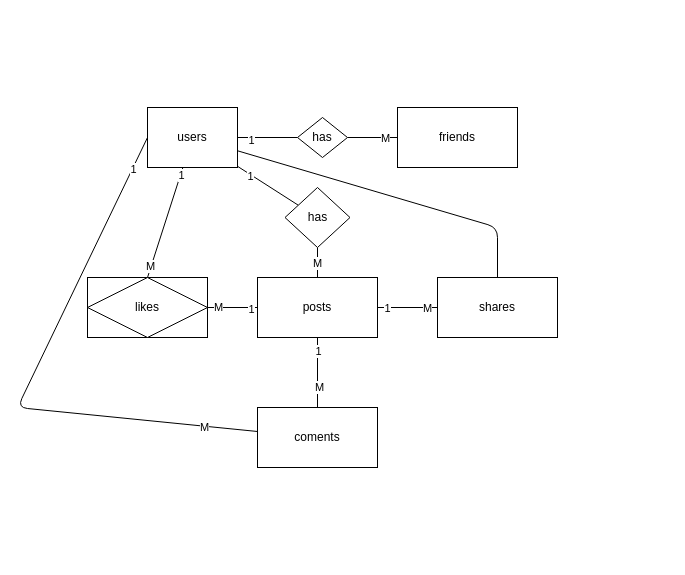
Before: er.drawio in scmt-dev/php-example, a draw.io diagram. Source tidied: cells renumbered, new cells numbered last; positions are measured from the earlier drawing's top-left corner, leaving out a move shared by most shapes. Both pictures are drawn from the tidied source at 100%, with x=0, y=0 at pixel (17, 107).
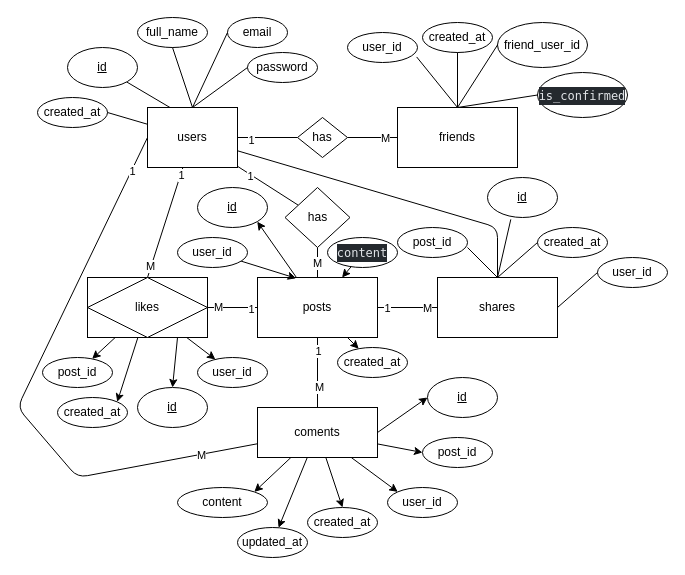
Above is the later version.

Commit message (it also covers changes not shown here):
add sql schema

Unchanged cells that the change refers to:
```xml
<mxCell id="10" value="users" style="whiteSpace=wrap;html=1;" parent="1" vertex="1">
  <mxGeometry x="130" width="90" height="60" as="geometry" />
</mxCell>
<mxCell id="11" value="friends" style="whiteSpace=wrap;html=1;" parent="1" vertex="1">
  <mxGeometry x="380" width="120" height="60" as="geometry" />
</mxCell>
<mxCell id="21" value="posts" style="whiteSpace=wrap;html=1;" parent="1" vertex="1">
  <mxGeometry x="240" y="170" width="120" height="60" as="geometry" />
</mxCell>
<mxCell id="23" value="likes" style="whiteSpace=wrap;html=1;" parent="1" vertex="1">
  <mxGeometry x="70" y="170" width="120" height="60" as="geometry" />
</mxCell>
<mxCell id="24" value="shares" style="whiteSpace=wrap;html=1;" parent="1" vertex="1">
  <mxGeometry x="420" y="170" width="120" height="60" as="geometry" />
</mxCell>
```

The edit, as a diff of the source:
```diff
@@
+    <mxCell id="35" style="edgeStyle=none;html=1;" parent="1" edge="1" source="21" target="83">
+      <mxGeometry relative="1" as="geometry" />
+    </mxCell>
+    <mxCell id="36" style="edgeStyle=none;html=1;entryX=1;entryY=1;entryDx=0;entryDy=0;" parent="1" edge="1" source="21" target="84">
+      <mxGeometry relative="1" as="geometry" />
+    </mxCell>
@@
+    <mxCell id="37" style="edgeStyle=none;html=1;exitX=1;exitY=0.5;exitDx=0;exitDy=0;entryX=0;entryY=0.5;entryDx=0;entryDy=0;" parent="1" edge="1" source="22" target="75">
+      <mxGeometry relative="1" as="geometry" />
+    </mxCell>
+    <mxCell id="38" style="edgeStyle=none;html=1;entryX=0;entryY=0.5;entryDx=0;entryDy=0;" parent="1" edge="1" source="22" target="74">
+      <mxGeometry relative="1" as="geometry" />
+    </mxCell>
+    <mxCell id="39" style="edgeStyle=none;html=1;entryX=0;entryY=0;entryDx=0;entryDy=0;" parent="1" edge="1" source="22" target="76">
+      <mxGeometry relative="1" as="geometry" />
+    </mxCell>
+    <mxCell id="40" style="edgeStyle=none;html=1;entryX=0.5;entryY=0;entryDx=0;entryDy=0;" parent="1" edge="1" source="22" target="73">
+      <mxGeometry relative="1" as="geometry" />
+    </mxCell>
+    <mxCell id="41" style="edgeStyle=none;html=1;entryX=1;entryY=0;entryDx=0;entryDy=0;" parent="1" edge="1" source="22" target="81">
+      <mxGeometry relative="1" as="geometry" />
+    </mxCell>
+    <mxCell id="42" style="edgeStyle=none;html=1;" parent="1" edge="1" source="22" target="82">
+      <mxGeometry relative="1" as="geometry" />
+    </mxCell>
     <mxCell id="22" value="coments" style="whiteSpace=wrap;html=1;" parent="1" vertex="1">
-      <mxGeometry x="240" y="300" width="120" height="60" as="geometry" />
+      <mxGeometry x="240" y="300" width="120" height="50" as="geometry" />
     </mxCell>
+    <mxCell id="43" style="edgeStyle=none;html=1;exitX=0.75;exitY=1;exitDx=0;exitDy=0;entryX=0.5;entryY=0;entryDx=0;entryDy=0;" parent="1" edge="1" source="23" target="79">
+      <mxGeometry relative="1" as="geometry" />
+    </mxCell>
+    <mxCell id="44" style="edgeStyle=none;html=1;" parent="1" edge="1" source="23" target="78">
+      <mxGeometry relative="1" as="geometry" />
+    </mxCell>
+    <mxCell id="45" style="edgeStyle=none;html=1;entryX=1;entryY=0;entryDx=0;entryDy=0;" parent="1" edge="1" source="23" target="77">
+      <mxGeometry relative="1" as="geometry" />
+    </mxCell>
+    <mxCell id="46" style="edgeStyle=none;html=1;" parent="1" edge="1" source="23" target="80">
+      <mxGeometry relative="1" as="geometry" />
+    </mxCell>
@@
     <mxCell id="32" style="edgeStyle=none;html=1;exitX=0;exitY=0.5;exitDx=0;exitDy=0;endArrow=none;endFill=0;" parent="1" edge="1" source="10" target="22">
       <mxGeometry relative="1" as="geometry">
         <Array as="points">
           <mxPoint y="300" />
+          <mxPoint x="60" y="370" />
         </Array>
       </mxGeometry>
     </mxCell>
@@
+    <mxCell id="47" style="edgeStyle=none;html=1;entryX=0.25;entryY=0;entryDx=0;entryDy=0;endArrow=none;endFill=0;" parent="1" edge="1" source="48" target="10">
+      <mxGeometry relative="1" as="geometry" />
+    </mxCell>
+    <mxCell id="48" value="id" style="ellipse;whiteSpace=wrap;html=1;fontStyle=4;" parent="1" vertex="1">
+      <mxGeometry x="50" y="-60" width="70" height="40" as="geometry" />
+    </mxCell>
+    <mxCell id="49" value="full_name" style="ellipse;whiteSpace=wrap;html=1;" parent="1" vertex="1">
+      <mxGeometry x="120" y="-90" width="70" height="30" as="geometry" />
+    </mxCell>
+    <mxCell id="50" style="edgeStyle=none;html=1;entryX=0.5;entryY=0;entryDx=0;entryDy=0;endArrow=none;endFill=0;exitX=0.5;exitY=1;exitDx=0;exitDy=0;" parent="1" edge="1" source="49" target="10">
+      <mxGeometry relative="1" as="geometry" />
+    </mxCell>
+    <mxCell id="51" value="email" style="ellipse;whiteSpace=wrap;html=1;" parent="1" vertex="1">
+      <mxGeometry x="210" y="-90" width="60" height="30" as="geometry" />
+    </mxCell>
+    <mxCell id="52" value="password" style="ellipse;whiteSpace=wrap;html=1;" parent="1" vertex="1">
+      <mxGeometry x="230" y="-55" width="70" height="30" as="geometry" />
+    </mxCell>
+    <mxCell id="53" value="created_at" style="ellipse;whiteSpace=wrap;html=1;" parent="1" vertex="1">
+      <mxGeometry x="20" y="-10" width="70" height="30" as="geometry" />
+    </mxCell>
+    <mxCell id="54" style="edgeStyle=none;html=1;entryX=0.5;entryY=0;entryDx=0;entryDy=0;endArrow=none;endFill=0;exitX=0;exitY=0.5;exitDx=0;exitDy=0;" parent="1" edge="1" source="51" target="10">
+      <mxGeometry relative="1" as="geometry" />
+    </mxCell>
+    <mxCell id="55" style="edgeStyle=none;html=1;entryX=0.5;entryY=0;entryDx=0;entryDy=0;endArrow=none;endFill=0;exitX=0;exitY=0.5;exitDx=0;exitDy=0;" parent="1" edge="1" source="52" target="10">
+      <mxGeometry relative="1" as="geometry" />
+    </mxCell>
+    <mxCell id="56" style="edgeStyle=none;html=1;entryX=1;entryY=0.5;entryDx=0;entryDy=0;endArrow=none;endFill=0;" parent="1" edge="1" source="10" target="53">
+      <mxGeometry relative="1" as="geometry" />
+    </mxCell>
+    <mxCell id="57" value="created_at" style="ellipse;whiteSpace=wrap;html=1;" parent="1" vertex="1">
+      <mxGeometry x="405" y="-85" width="70" height="30" as="geometry" />
+    </mxCell>
+    <mxCell id="58" style="edgeStyle=none;html=1;endArrow=none;endFill=0;exitX=0.5;exitY=1;exitDx=0;exitDy=0;" parent="1" edge="1" source="57" target="11">
+      <mxGeometry relative="1" as="geometry" />
+    </mxCell>
+    <mxCell id="59" value="user_id" style="ellipse;whiteSpace=wrap;html=1;" parent="1" vertex="1">
+      <mxGeometry x="330" y="-75" width="70" height="30" as="geometry" />
+    </mxCell>
+    <mxCell id="60" value="friend_user_id" style="ellipse;whiteSpace=wrap;html=1;" parent="1" vertex="1">
+      <mxGeometry x="480" y="-85" width="90" height="45" as="geometry" />
+    </mxCell>
+    <mxCell id="61" value="&lt;div style=&quot;color: rgb(225, 228, 232); background-color: rgb(36, 41, 46); font-family: Menlo, Monaco, &amp;quot;Courier New&amp;quot;, monospace; line-height: 18px; white-space: pre;&quot;&gt;&lt;span style=&quot;color: #e1e4e8;&quot;&gt;is_confirmed&lt;/span&gt;&lt;/div&gt;" style="ellipse;whiteSpace=wrap;html=1;" parent="1" vertex="1">
+      <mxGeometry x="520" y="-35" width="90" height="45" as="geometry" />
+    </mxCell>
+    <mxCell id="62" style="edgeStyle=none;html=1;endArrow=none;endFill=0;exitX=0;exitY=0.5;exitDx=0;exitDy=0;entryX=0.5;entryY=0;entryDx=0;entryDy=0;" parent="1" edge="1" source="60" target="11">
+      <mxGeometry relative="1" as="geometry" />
+    </mxCell>
+    <mxCell id="63" style="edgeStyle=none;html=1;endArrow=none;endFill=0;exitX=0;exitY=0.5;exitDx=0;exitDy=0;" parent="1" edge="1" source="61">
+      <mxGeometry relative="1" as="geometry">
+        <mxPoint x="440" as="targetPoint" />
+      </mxGeometry>
+    </mxCell>
+    <mxCell id="64" style="edgeStyle=none;html=1;endArrow=none;endFill=0;exitX=0.988;exitY=0.815;exitDx=0;exitDy=0;exitPerimeter=0;" parent="1" edge="1" source="59">
+      <mxGeometry relative="1" as="geometry">
+        <mxPoint x="440" as="targetPoint" />
+      </mxGeometry>
+    </mxCell>
+    <mxCell id="65" value="created_at" style="ellipse;whiteSpace=wrap;html=1;" parent="1" vertex="1">
+      <mxGeometry x="520" y="120" width="70" height="30" as="geometry" />
+    </mxCell>
+    <mxCell id="66" value="post_id" style="ellipse;whiteSpace=wrap;html=1;" parent="1" vertex="1">
+      <mxGeometry x="380" y="120" width="70" height="30" as="geometry" />
+    </mxCell>
+    <mxCell id="67" value="id" style="ellipse;whiteSpace=wrap;html=1;fontStyle=4;" parent="1" vertex="1">
+      <mxGeometry x="470" y="70" width="70" height="40" as="geometry" />
+    </mxCell>
+    <mxCell id="68" style="edgeStyle=none;html=1;endArrow=none;endFill=0;exitX=0.988;exitY=0.815;exitDx=0;exitDy=0;exitPerimeter=0;entryX=0.5;entryY=0;entryDx=0;entryDy=0;" parent="1" edge="1" target="24">
+      <mxGeometry relative="1" as="geometry">
+        <mxPoint x="450" y="140" as="sourcePoint" />
+      </mxGeometry>
+    </mxCell>
+    <mxCell id="69" style="edgeStyle=none;html=1;endArrow=none;endFill=0;exitX=0.333;exitY=1.047;exitDx=0;exitDy=0;exitPerimeter=0;entryX=0.5;entryY=0;entryDx=0;entryDy=0;" parent="1" edge="1" source="67" target="24">
+      <mxGeometry relative="1" as="geometry" />
+    </mxCell>
+    <mxCell id="70" style="edgeStyle=none;html=1;endArrow=none;endFill=0;exitX=0.5;exitY=0;exitDx=0;exitDy=0;entryX=0;entryY=0.5;entryDx=0;entryDy=0;" parent="1" edge="1" source="24" target="65">
+      <mxGeometry relative="1" as="geometry" />
+    </mxCell>
+    <mxCell id="71" value="user_id" style="ellipse;whiteSpace=wrap;html=1;" parent="1" vertex="1">
+      <mxGeometry x="580" y="150" width="70" height="30" as="geometry" />
+    </mxCell>
+    <mxCell id="72" style="edgeStyle=none;html=1;endArrow=none;endFill=0;entryX=0;entryY=0.5;entryDx=0;entryDy=0;" parent="1" edge="1" target="71">
+      <mxGeometry relative="1" as="geometry">
+        <mxPoint x="540" y="200" as="sourcePoint" />
+      </mxGeometry>
+    </mxCell>
+    <mxCell id="73" value="created_at" style="ellipse;whiteSpace=wrap;html=1;" parent="1" vertex="1">
+      <mxGeometry x="290" y="400" width="70" height="30" as="geometry" />
+    </mxCell>
+    <mxCell id="74" value="post_id" style="ellipse;whiteSpace=wrap;html=1;" parent="1" vertex="1">
+      <mxGeometry x="405" y="330" width="70" height="30" as="geometry" />
+    </mxCell>
+    <mxCell id="75" value="id" style="ellipse;whiteSpace=wrap;html=1;fontStyle=4;" parent="1" vertex="1">
+      <mxGeometry x="410" y="270" width="70" height="40" as="geometry" />
+    </mxCell>
+    <mxCell id="76" value="user_id" style="ellipse;whiteSpace=wrap;html=1;" parent="1" vertex="1">
+      <mxGeometry x="370" y="380" width="70" height="30" as="geometry" />
+    </mxCell>
+    <mxCell id="77" value="created_at" style="ellipse;whiteSpace=wrap;html=1;" parent="1" vertex="1">
+      <mxGeometry x="40" y="290" width="70" height="30" as="geometry" />
+    </mxCell>
+    <mxCell id="78" value="post_id" style="ellipse;whiteSpace=wrap;html=1;" parent="1" vertex="1">
+      <mxGeometry x="25" y="250" width="70" height="30" as="geometry" />
+    </mxCell>
+    <mxCell id="79" value="id" style="ellipse;whiteSpace=wrap;html=1;fontStyle=4;" parent="1" vertex="1">
+      <mxGeometry x="120" y="280" width="70" height="40" as="geometry" />
+    </mxCell>
+    <mxCell id="80" value="user_id" style="ellipse;whiteSpace=wrap;html=1;" parent="1" vertex="1">
+      <mxGeometry x="180" y="250" width="70" height="30" as="geometry" />
+    </mxCell>
+    <mxCell id="81" value="content" style="ellipse;whiteSpace=wrap;html=1;" parent="1" vertex="1">
+      <mxGeometry x="160" y="380" width="90" height="30" as="geometry" />
+    </mxCell>
+    <mxCell id="82" value="updated_at" style="ellipse;whiteSpace=wrap;html=1;" parent="1" vertex="1">
+      <mxGeometry x="220" y="420" width="70" height="30" as="geometry" />
+    </mxCell>
+    <mxCell id="83" value="created_at" style="ellipse;whiteSpace=wrap;html=1;" parent="1" vertex="1">
+      <mxGeometry x="320" y="240" width="70" height="30" as="geometry" />
+    </mxCell>
+    <mxCell id="84" value="id" style="ellipse;whiteSpace=wrap;html=1;fontStyle=4;" parent="1" vertex="1">
+      <mxGeometry x="180" y="80" width="70" height="40" as="geometry" />
+    </mxCell>
+    <mxCell id="85" style="edgeStyle=none;html=1;" parent="1" edge="1" source="86" target="21">
+      <mxGeometry relative="1" as="geometry" />
+    </mxCell>
+    <mxCell id="86" value="&lt;div style=&quot;color: rgb(225, 228, 232); background-color: rgb(36, 41, 46); font-family: Menlo, Monaco, &amp;quot;Courier New&amp;quot;, monospace; line-height: 18px; white-space: pre;&quot;&gt;&lt;span style=&quot;color: #e1e4e8;&quot;&gt;content&lt;/span&gt;&lt;/div&gt;" style="ellipse;whiteSpace=wrap;html=1;" parent="1" vertex="1">
+      <mxGeometry x="310" y="130" width="70" height="30" as="geometry" />
+    </mxCell>
+    <mxCell id="87" value="user_id" style="ellipse;whiteSpace=wrap;html=1;" parent="1" vertex="1">
+      <mxGeometry x="160" y="130" width="70" height="30" as="geometry" />
+    </mxCell>
+    <mxCell id="88" style="edgeStyle=none;html=1;entryX=0.322;entryY=0.013;entryDx=0;entryDy=0;entryPerimeter=0;" parent="1" edge="1" source="87" target="21">
+      <mxGeometry relative="1" as="geometry" />
+    </mxCell>
```
